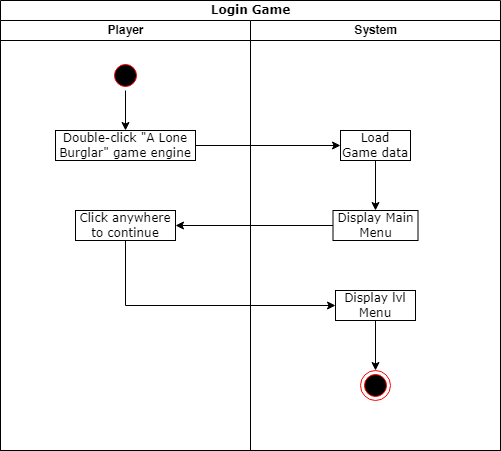
johannfac/A-Lone-Burglar keeps this draw.io diagram as Login Game.drawio.png. Above is the earlier version. Source tidied: cells renumbered, new cells last; positions are measured from the earlier drawing's top-left corner, leaving out a move shared by most shapes. The source it was exported from:
```xml
<mxGraphModel>
  <root>
    <mxCell id="0" />
    <mxCell id="1" parent="0" />
    <mxCell id="2" value="Login Game" style="swimlane;html=1;startSize=20;rounded=0;shadow=0;comic=0;labelBackgroundColor=none;strokeWidth=1;fontFamily=Verdana;fontSize=12;align=center;" parent="1" vertex="1">
      <mxGeometry width="500" height="450" as="geometry" />
    </mxCell>
    <mxCell id="3" value="Player" style="swimlane;html=1;startSize=20;" parent="2" vertex="1">
      <mxGeometry y="20" width="250" height="430" as="geometry" />
    </mxCell>
    <mxCell id="4" style="edgeStyle=orthogonalEdgeStyle;rounded=0;jettySize=auto;html=1;" parent="3" edge="1" source="5" target="6">
      <mxGeometry relative="1" as="geometry" />
    </mxCell>
    <mxCell id="5" style="ellipse;html=1;shape=startState;fillColor=#000000;strokeColor=#ff0000;" parent="3" vertex="1">
      <mxGeometry x="110" y="40" width="30" height="30" as="geometry" />
    </mxCell>
    <mxCell id="6" value="Double-click &quot;A Lone Burglar&quot; game engine" style="rounded=0;whiteSpace=wrap;html=1;shadow=0;comic=0;labelBackgroundColor=none;strokeWidth=1;fontFamily=Verdana;fontSize=12;align=center;arcSize=50;" parent="3" vertex="1">
      <mxGeometry x="55" y="110" width="140" height="30" as="geometry" />
    </mxCell>
    <mxCell id="7" value="Click anywhere to continue" style="rounded=0;whiteSpace=wrap;html=1;shadow=0;comic=0;labelBackgroundColor=none;strokeWidth=1;fontFamily=Verdana;fontSize=12;align=center;arcSize=50;" parent="3" vertex="1">
      <mxGeometry x="75" y="190" width="100" height="30" as="geometry" />
    </mxCell>
    <mxCell id="8" value="System" style="swimlane;html=1;startSize=20;" parent="2" vertex="1">
      <mxGeometry x="250" y="20" width="250" height="430" as="geometry" />
    </mxCell>
    <mxCell id="9" value="Load Game data" style="rounded=0;whiteSpace=wrap;html=1;shadow=0;comic=0;labelBackgroundColor=none;strokeWidth=1;fontFamily=Verdana;fontSize=12;align=center;arcSize=50;" parent="8" vertex="1">
      <mxGeometry x="90" y="110" width="70" height="30" as="geometry" />
    </mxCell>
    <mxCell id="10" value="Display Main Menu" style="rounded=0;whiteSpace=wrap;html=1;shadow=0;comic=0;labelBackgroundColor=none;strokeWidth=1;fontFamily=Verdana;fontSize=12;align=center;arcSize=50;" parent="8" vertex="1">
      <mxGeometry x="82.5" y="190" width="85" height="30" as="geometry" />
    </mxCell>
    <mxCell id="11" style="edgeStyle=orthogonalEdgeStyle;rounded=0;jettySize=auto;html=1;exitX=0.5;exitY=1;exitDx=0;exitDy=0;entryX=0.5;entryY=0;entryDx=0;entryDy=0;" parent="8" edge="1" source="9" target="10">
      <mxGeometry relative="1" as="geometry" />
    </mxCell>
    <mxCell id="12" value="Display lvl Menu" style="rounded=0;whiteSpace=wrap;html=1;shadow=0;comic=0;labelBackgroundColor=none;strokeWidth=1;fontFamily=Verdana;fontSize=12;align=center;arcSize=50;" parent="8" vertex="1">
      <mxGeometry x="85" y="270" width="80" height="30" as="geometry" />
    </mxCell>
    <mxCell id="13" style="ellipse;html=1;shape=endState;fillColor=#000000;strokeColor=#ff0000;" parent="8" vertex="1">
      <mxGeometry x="110" y="350" width="30" height="30" as="geometry" />
    </mxCell>
    <mxCell id="14" style="edgeStyle=orthogonalEdgeStyle;rounded=0;jettySize=auto;html=1;entryX=0.5;entryY=0;entryDx=0;entryDy=0;exitX=0.5;exitY=1;exitDx=0;exitDy=0;" parent="8" edge="1" source="12" target="13">
      <mxGeometry relative="1" as="geometry" />
    </mxCell>
    <mxCell id="15" style="edgeStyle=orthogonalEdgeStyle;rounded=0;jettySize=auto;html=1;exitX=1;exitY=0.5;exitDx=0;exitDy=0;entryX=0;entryY=0.5;entryDx=0;entryDy=0;" parent="2" edge="1" source="6" target="9">
      <mxGeometry relative="1" as="geometry" />
    </mxCell>
    <mxCell id="16" style="edgeStyle=orthogonalEdgeStyle;rounded=0;jettySize=auto;html=1;exitX=0;exitY=0.5;exitDx=0;exitDy=0;entryX=1;entryY=0.5;entryDx=0;entryDy=0;" parent="2" edge="1" source="10" target="7">
      <mxGeometry relative="1" as="geometry" />
    </mxCell>
    <mxCell id="17" style="edgeStyle=orthogonalEdgeStyle;rounded=0;jettySize=auto;html=1;exitX=0.5;exitY=1;exitDx=0;exitDy=0;entryX=0;entryY=0.5;entryDx=0;entryDy=0;" parent="2" edge="1" source="7" target="12">
      <mxGeometry relative="1" as="geometry" />
    </mxCell>
  </root>
</mxGraphModel>
```
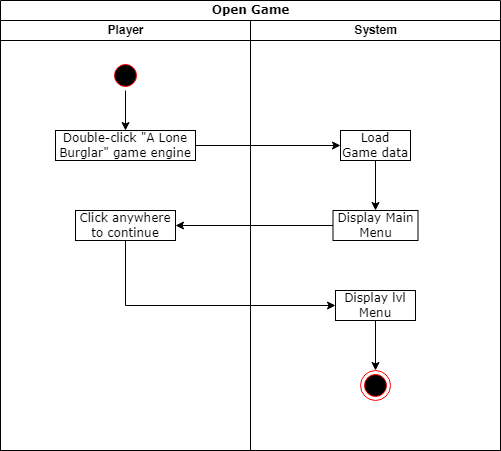
The same diagram one commit later.

What changed in the source:
```diff
@@ -2,7 +2,7 @@
   <root>
     <mxCell id="0" />
     <mxCell id="1" parent="0" />
-    <mxCell id="2" value="Login Game" style="swimlane;html=1;startSize=20;rounded=0;shadow=0;comic=0;labelBackgroundColor=none;strokeWidth=1;fontFamily=Verdana;fontSize=12;align=center;" parent="1" vertex="1">
+    <mxCell id="2" value="Open Game" style="swimlane;html=1;startSize=20;rounded=0;shadow=0;comic=0;labelBackgroundColor=none;strokeWidth=1;fontFamily=Verdana;fontSize=12;align=center;" parent="1" vertex="1">
       <mxGeometry width="500" height="450" as="geometry" />
     </mxCell>
     <mxCell id="3" value="Player" style="swimlane;html=1;startSize=20;" parent="2" vertex="1">
```
